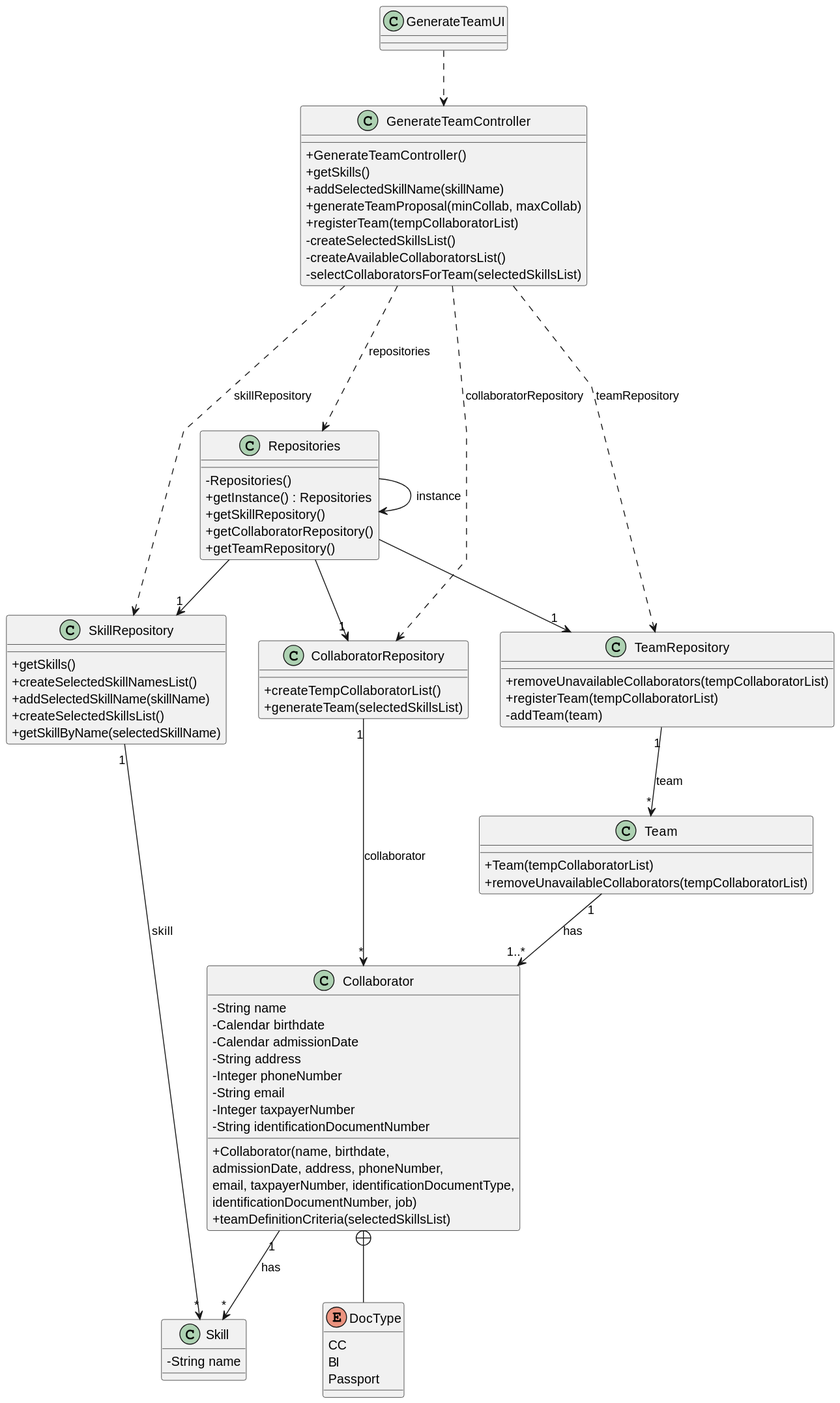
Earlier version of the PlantUML export docs/sprintB/us005/03.design/svg/us005-class-diagram.svg (Departamento-de-Engenharia-Informatica/lei-24-s2-1dm-g132).
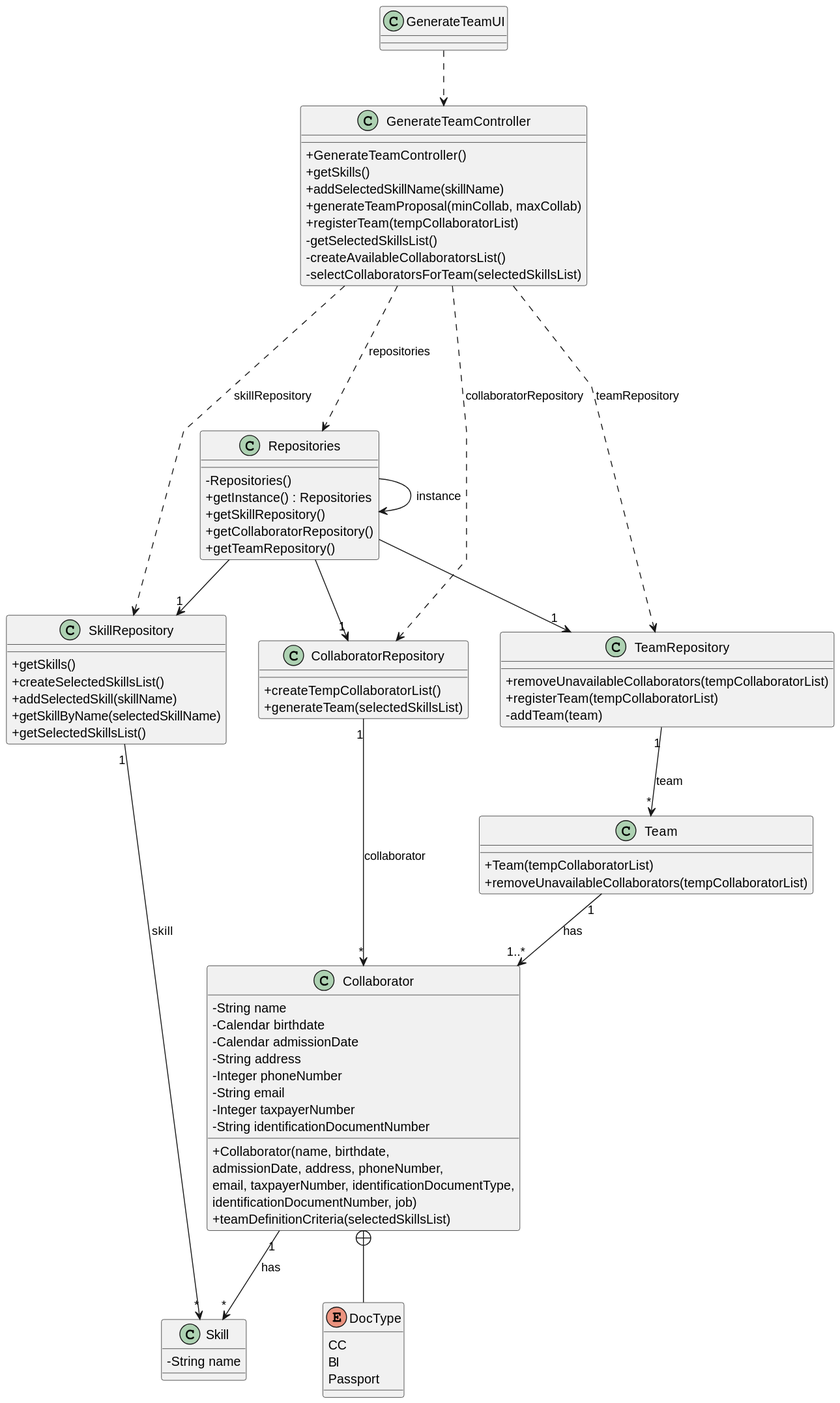
After the commit.

Diff of the diagram source:
```diff
@@ -18,7 +18,7 @@
     + addSelectedSkillName(skillName)
     + generateTeamProposal(minCollab, maxCollab)
     + registerTeam(tempCollaboratorList)
-    - createSelectedSkillsList()
+    - getSelectedSkillsList()
     - createAvailableCollaboratorsList()
     - selectCollaboratorsForTeam(selectedSkillsList)
 }
@@ -37,10 +37,10 @@
 class SkillRepository
 {
     + getSkills()
-    + createSelectedSkillNamesList()
-    + addSelectedSkillName(skillName)
     + createSelectedSkillsList()
+    + addSelectedSkill(skillName)
     + getSkillByName(selectedSkillName)
+    + getSelectedSkillsList()
 }
 
 class CollaboratorRepository
```
